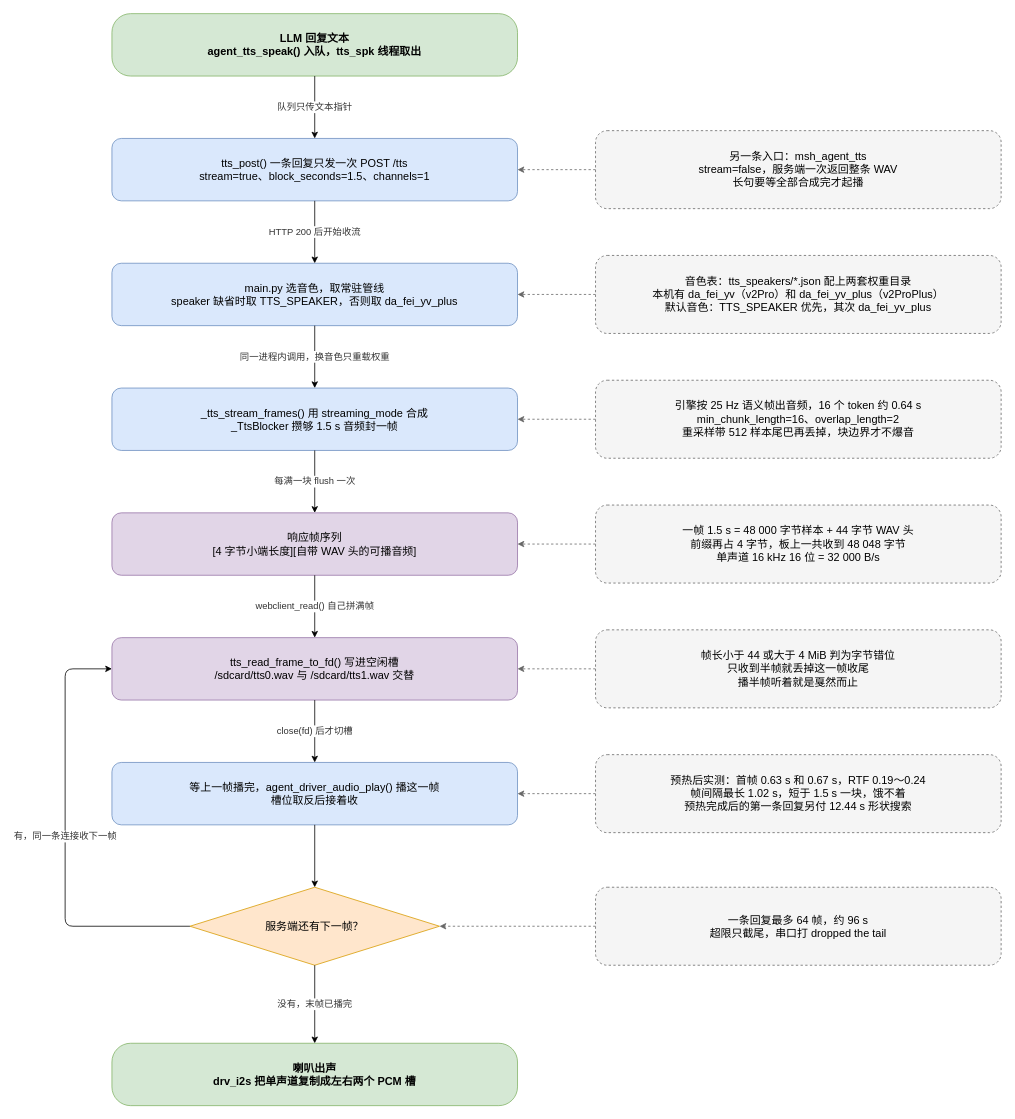
Earlier version of the draw.io diagram diagrams/tts-runtime-flow.drawio (CXSforHPU/Agent). Source tidied: cells renumbered, new cells numbered last; positions are measured from the earlier drawing's top-left corner, leaving out a move shared by most shapes. Both pictures are drawn from the tidied source at 78%, with x=0, y=0 at pixel (65, 13).
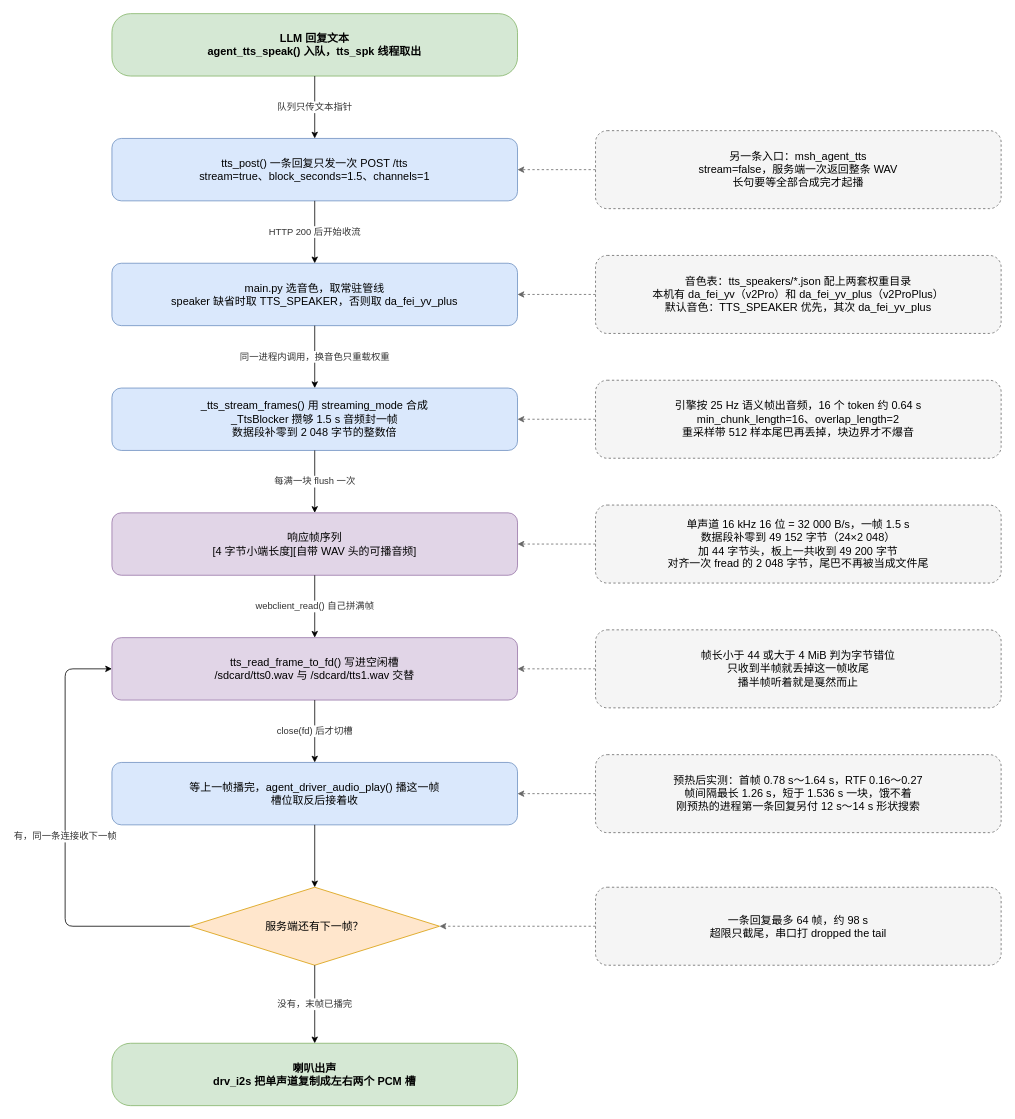
Above is the later version.

Change to the diagram source:
```diff
@@
-    <mxCell id="5" value="_tts_stream_frames() 用 streaming_mode 合成&#10;_TtsBlocker 攒够 1.5 s 音频封一帧" style="rounded=1;whiteSpace=wrap;html=1;fillColor=#dae8fc;strokeColor=#6c8ebf;fontSize=14;" parent="1" vertex="1">
+    <mxCell id="5" value="_tts_stream_frames() 用 streaming_mode 合成&#10;_TtsBlocker 攒够 1.5 s 音频封一帧&#10;数据段补零到 2 048 字节的整数倍" style="rounded=1;whiteSpace=wrap;html=1;fillColor=#dae8fc;strokeColor=#6c8ebf;fontSize=14;" parent="1" vertex="1">
       <mxGeometry x="60" y="480" width="520" height="80" as="geometry" />
     </mxCell>
@@
-    <mxCell id="14" value="一帧 1.5 s = 48 000 字节样本 + 44 字节 WAV 头&#10;前缀再占 4 字节，板上一共收到 48 048 字节&#10;单声道 16 kHz 16 位 = 32 000 B/s" style="rounded=1;whiteSpace=wrap;html=1;fillColor=#f5f5f5;strokeColor=#666666;fontSize=14;dashed=1;" parent="1" vertex="1">
+    <mxCell id="14" value="单声道 16 kHz 16 位 = 32 000 B/s，一帧 1.5 s&#10;数据段补零到 49 152 字节（24×2 048）&#10;加 44 字节头，板上一共收到 49 200 字节&#10;对齐一次 fread 的 2 048 字节，尾巴不再被当成文件尾" style="rounded=1;whiteSpace=wrap;html=1;fillColor=#f5f5f5;strokeColor=#666666;fontSize=14;dashed=1;" parent="1" vertex="1">
       <mxGeometry x="680" y="630" width="520" height="100" as="geometry" />
     </mxCell>
@@
-    <mxCell id="16" value="预热后实测：首帧 0.63 s 和 0.67 s，RTF 0.19～0.24&#10;帧间隔最长 1.02 s，短于 1.5 s 一块，饿不着&#10;预热完成后的第一条回复另付 12.44 s 形状搜索" style="rounded=1;whiteSpace=wrap;html=1;fillColor=#f5f5f5;strokeColor=#666666;fontSize=14;dashed=1;" parent="1" vertex="1">
+    <mxCell id="16" value="预热后实测：首帧 0.78 s～1.64 s，RTF 0.16～0.27&#10;帧间隔最长 1.26 s，短于 1.536 s 一块，饿不着&#10;刚预热的进程第一条回复另付 12 s～14 s 形状搜索" style="rounded=1;whiteSpace=wrap;html=1;fillColor=#f5f5f5;strokeColor=#666666;fontSize=14;dashed=1;" parent="1" vertex="1">
       <mxGeometry x="680" y="950" width="520" height="100" as="geometry" />
     </mxCell>
-    <mxCell id="17" value="一条回复最多 64 帧，约 96 s&#10;超限只截尾，串口打 dropped the tail" style="rounded=1;whiteSpace=wrap;html=1;fillColor=#f5f5f5;strokeColor=#666666;fontSize=14;dashed=1;" parent="1" vertex="1">
+    <mxCell id="17" value="一条回复最多 64 帧，约 98 s&#10;超限只截尾，串口打 dropped the tail" style="rounded=1;whiteSpace=wrap;html=1;fillColor=#f5f5f5;strokeColor=#666666;fontSize=14;dashed=1;" parent="1" vertex="1">
       <mxGeometry x="680" y="1120" width="520" height="100" as="geometry" />
     </mxCell>
```
